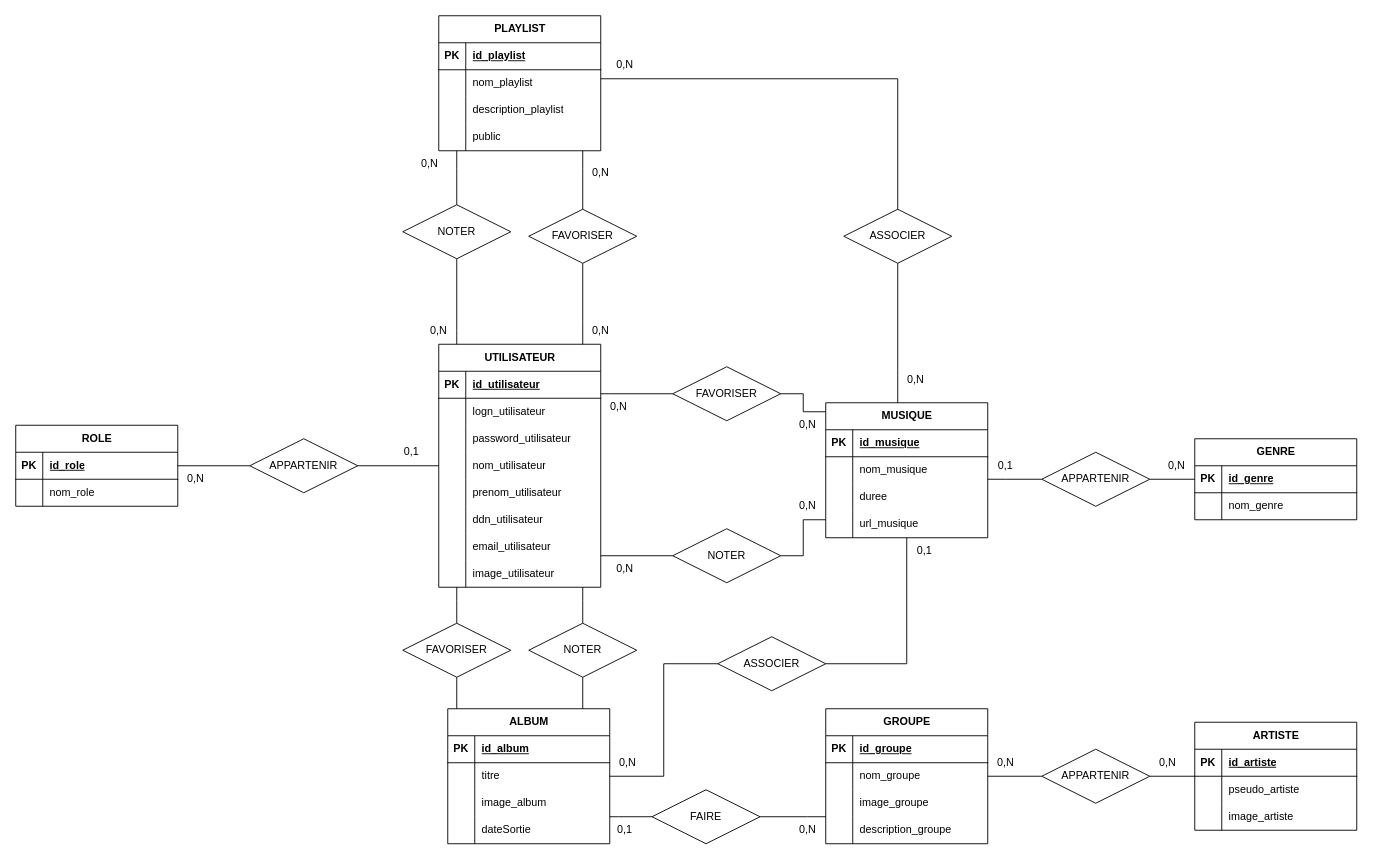
CharlesMassuard/Sonorify keeps this draw.io diagram as documentation/src/MCD.drawio. Above is the earlier version. Source tidied: cells renumbered, new cells numbered last; positions are measured from the earlier drawing's top-left corner, leaving out a move shared by most shapes. Both pictures are drawn from the tidied source at 90%, with x=0, y=0 at pixel (15, 15).
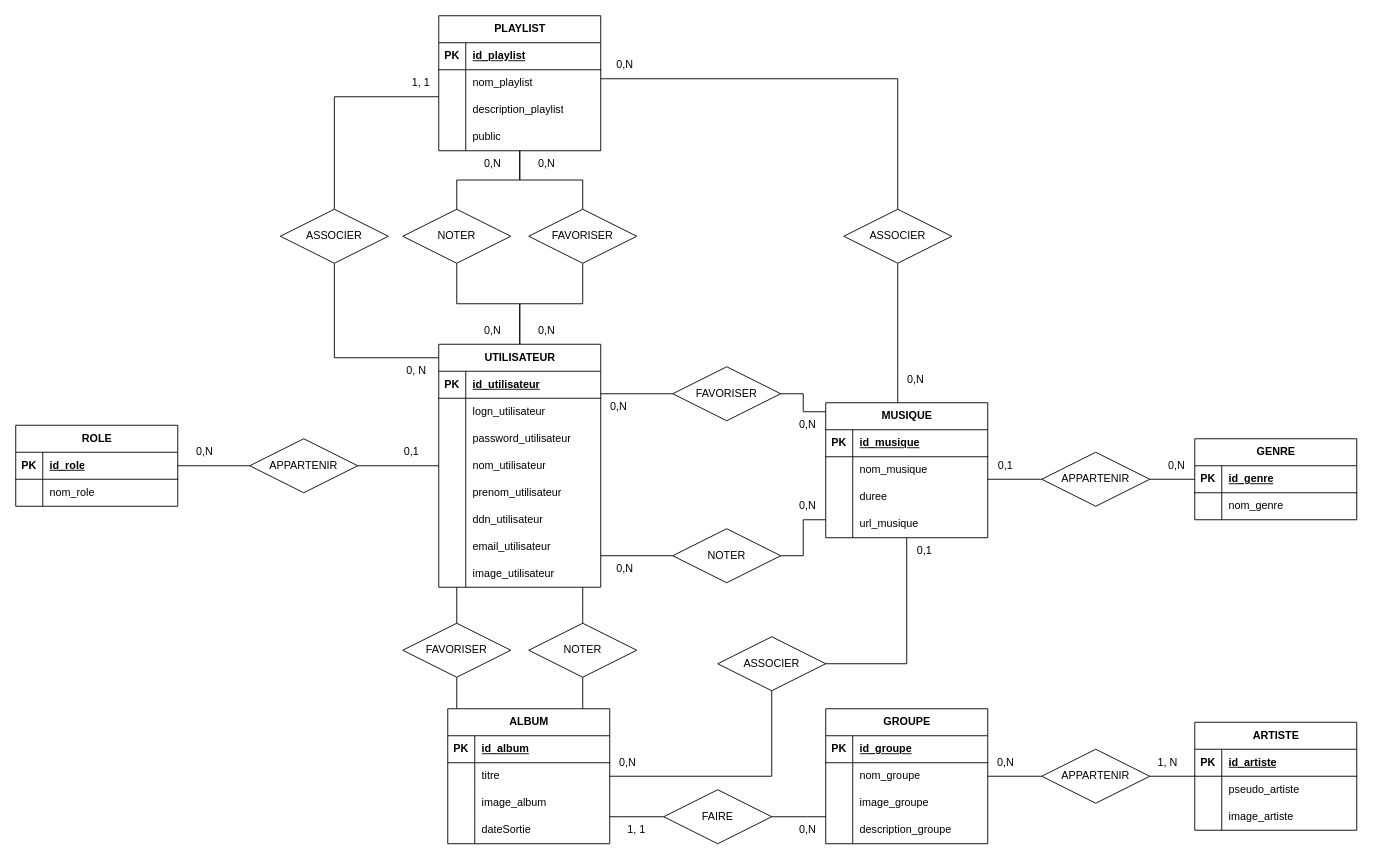
After the change.

Commit message:
Ajout relation

Unchanged cells that the change refers to:
```xml
<mxCell id="3" value="ALBUM" style="shape=table;startSize=30;childLayout=tableLayout;rowLines=0;fontStyle=1;align=center;html=1;" parent="1" vertex="1">
  <mxGeometry x="480" y="770" width="180" height="150" as="geometry" />
</mxCell>
<mxCell id="29" value="PLAYLIST" style="shape=table;startSize=30;childLayout=tableLayout;rowLines=0;fontStyle=1;align=center;html=1;" parent="1" vertex="1">
  <mxGeometry x="470" width="180" height="150" as="geometry" />
</mxCell>
<mxCell id="42" value="UTILISATEUR" style="shape=table;startSize=30;childLayout=tableLayout;rowLines=0;fontStyle=1;align=center;html=1;" parent="1" vertex="1">
  <mxGeometry x="470" y="365" width="180" height="270" as="geometry" />
</mxCell>
<mxCell id="106" value="FAVORISER" style="shape=rhombus;perimeter=rhombusPerimeter;whiteSpace=wrap;html=1;align=center;" parent="1" vertex="1">
  <mxGeometry x="570" y="215" width="120" height="60" as="geometry" />
</mxCell>
<mxCell id="138" value="ASSOCIER" style="shape=rhombus;perimeter=rhombusPerimeter;whiteSpace=wrap;html=1;align=center;" parent="1" vertex="1">
  <mxGeometry x="780" y="690" width="120" height="60" as="geometry" />
</mxCell>
```

Diff of the diagram source:
```diff
@@
+    <mxCell id="159" style="edgeStyle=orthogonalEdgeStyle;rounded=0;jettySize=auto;html=1;endArrow=none;endFill=0;" parent="1" edge="1" source="42" target="161">
+      <mxGeometry relative="1" as="geometry">
+        <Array as="points">
+          <mxPoint x="354" y="380" />
+        </Array>
+      </mxGeometry>
+    </mxCell>
@@
     <mxCell id="104" style="edgeStyle=orthogonalEdgeStyle;rounded=0;jettySize=auto;html=1;endArrow=none;endFill=0;" parent="1" edge="1" source="106" target="29">
-      <mxGeometry relative="1" as="geometry">
-        <Array as="points">
-          <mxPoint x="630" y="170" />
-          <mxPoint x="630" y="170" />
-        </Array>
-      </mxGeometry>
+      <mxGeometry relative="1" as="geometry" />
     </mxCell>
     <mxCell id="105" style="edgeStyle=orthogonalEdgeStyle;rounded=0;jettySize=auto;html=1;endArrow=none;endFill=0;" parent="1" edge="1" source="106" target="42">
-      <mxGeometry relative="1" as="geometry">
-        <Array as="points">
-          <mxPoint x="630" y="340" />
-          <mxPoint x="630" y="340" />
-        </Array>
-      </mxGeometry>
+      <mxGeometry relative="1" as="geometry" />
     </mxCell>
@@
     <mxCell id="116" style="edgeStyle=orthogonalEdgeStyle;rounded=0;jettySize=auto;html=1;endArrow=none;endFill=0;" parent="1" edge="1" source="118" target="29">
-      <mxGeometry relative="1" as="geometry">
-        <Array as="points">
-          <mxPoint x="490" y="170" />
-          <mxPoint x="490" y="170" />
-        </Array>
-      </mxGeometry>
+      <mxGeometry relative="1" as="geometry" />
     </mxCell>
     <mxCell id="117" style="edgeStyle=orthogonalEdgeStyle;rounded=0;jettySize=auto;html=1;endArrow=none;endFill=0;" parent="1" edge="1" source="118" target="42">
-      <mxGeometry relative="1" as="geometry">
-        <Array as="points">
-          <mxPoint x="490" y="350" />
-          <mxPoint x="490" y="350" />
-        </Array>
-      </mxGeometry>
+      <mxGeometry relative="1" as="geometry" />
     </mxCell>
     <mxCell id="118" value="NOTER" style="shape=rhombus;perimeter=rhombusPerimeter;whiteSpace=wrap;html=1;align=center;" parent="1" vertex="1">
-      <mxGeometry x="430" y="210" width="120" height="60" as="geometry" />
+      <mxGeometry x="430" y="215" width="120" height="60" as="geometry" />
     </mxCell>
@@
     <mxCell id="129" value="FAIRE" style="shape=rhombus;perimeter=rhombusPerimeter;whiteSpace=wrap;html=1;align=center;" parent="1" vertex="1">
-      <mxGeometry x="707" y="860" width="120" height="60" as="geometry" />
+      <mxGeometry x="720" y="860" width="120" height="60" as="geometry" />
     </mxCell>
@@
     <mxCell id="136" style="edgeStyle=orthogonalEdgeStyle;rounded=0;jettySize=auto;html=1;endArrow=none;endFill=0;" parent="1" edge="1" source="138" target="3">
       <mxGeometry relative="1" as="geometry">
         <Array as="points">
-          <mxPoint x="720" y="720" />
-          <mxPoint x="720" y="845" />
+          <mxPoint x="840" y="845" />
         </Array>
       </mxGeometry>
     </mxCell>
@@
-    <mxCell id="140" value="0,N" style="text;html=1;align=center;verticalAlign=middle;whiteSpace=wrap;rounded=0;" parent="1" vertex="1">
+    <mxCell id="140" value="1, N" style="text;html=1;align=center;verticalAlign=middle;whiteSpace=wrap;rounded=0;" parent="1" vertex="1">
       <mxGeometry x="1250" y="815" width="60" height="30" as="geometry" />
     </mxCell>
@@
-    <mxCell id="150" value="0,1" style="text;html=1;align=center;verticalAlign=middle;whiteSpace=wrap;rounded=0;" parent="1" vertex="1">
-      <mxGeometry x="647" y="890" width="60" height="30" as="geometry" />
+    <mxCell id="150" value="1, 1" style="text;html=1;align=center;verticalAlign=middle;whiteSpace=wrap;rounded=0;" parent="1" vertex="1">
+      <mxGeometry x="660" y="890" width="60" height="30" as="geometry" />
     </mxCell>
@@
     <mxCell id="153" value="0,N" style="text;html=1;align=center;verticalAlign=middle;whiteSpace=wrap;rounded=0;" parent="1" vertex="1">
-      <mxGeometry x="170" y="500" width="60" height="30" as="geometry" />
+      <mxGeometry x="180" y="470" width="60" height="30" as="geometry" />
     </mxCell>
     <mxCell id="154" value="0,N" style="text;html=1;align=center;verticalAlign=middle;whiteSpace=wrap;rounded=0;" parent="1" vertex="1">
-      <mxGeometry x="620" y="335" width="60" height="30" as="geometry" />
+      <mxGeometry x="560" y="335" width="60" height="30" as="geometry" />
     </mxCell>
     <mxCell id="155" value="0,N" style="text;html=1;align=center;verticalAlign=middle;whiteSpace=wrap;rounded=0;" parent="1" vertex="1">
-      <mxGeometry x="440" y="335" width="60" height="30" as="geometry" />
+      <mxGeometry x="500" y="335" width="60" height="30" as="geometry" />
     </mxCell>
@@
     <mxCell id="157" value="0,N" style="text;html=1;align=center;verticalAlign=middle;whiteSpace=wrap;rounded=0;" parent="1" vertex="1">
-      <mxGeometry x="620" y="160" width="60" height="30" as="geometry" />
+      <mxGeometry x="560" y="150" width="60" height="30" as="geometry" />
     </mxCell>
     <mxCell id="158" value="0,N" style="text;html=1;align=center;verticalAlign=middle;whiteSpace=wrap;rounded=0;" parent="1" vertex="1">
-      <mxGeometry x="430" y="150" width="60" height="30" as="geometry" />
+      <mxGeometry x="500" y="150" width="60" height="30" as="geometry" />
     </mxCell>
+    <mxCell id="160" style="edgeStyle=orthogonalEdgeStyle;rounded=0;jettySize=auto;html=1;endArrow=none;endFill=0;" parent="1" edge="1" source="161" target="29">
+      <mxGeometry relative="1" as="geometry">
+        <Array as="points">
+          <mxPoint x="354" y="90" />
+        </Array>
+      </mxGeometry>
+    </mxCell>
+    <mxCell id="161" value="ASSOCIER" style="shape=rhombus;perimeter=rhombusPerimeter;whiteSpace=wrap;html=1;align=center;" parent="1" vertex="1">
+      <mxGeometry x="294" y="215" width="120" height="60" as="geometry" />
+    </mxCell>
+    <mxCell id="162" value="1, 1" style="text;html=1;align=center;verticalAlign=middle;strokeColor=none;fillColor=none;" parent="1" vertex="1">
+      <mxGeometry x="430" y="60" width="40" height="30" as="geometry" />
+    </mxCell>
+    <mxCell id="163" value="0, N" style="text;html=1;align=center;verticalAlign=middle;strokeColor=none;fillColor=none;" parent="1" vertex="1">
+      <mxGeometry x="420" y="380" width="50" height="30" as="geometry" />
+    </mxCell>
```
